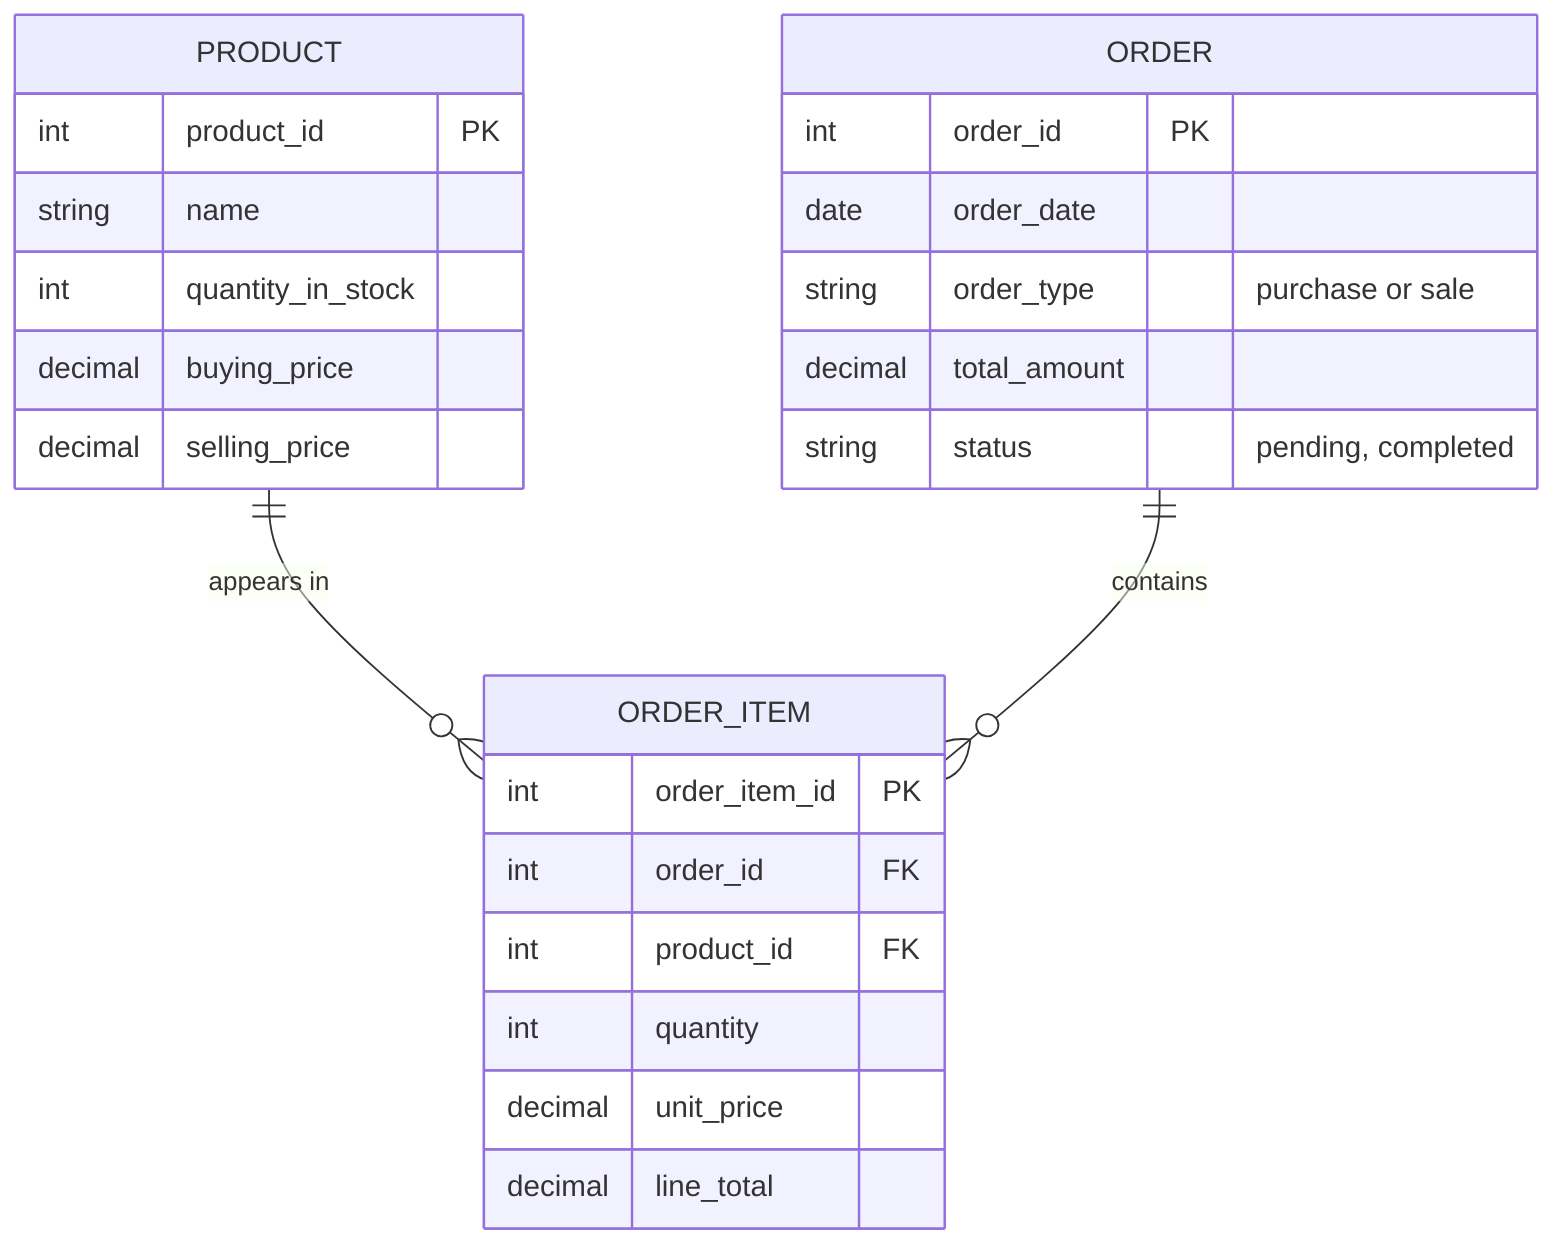
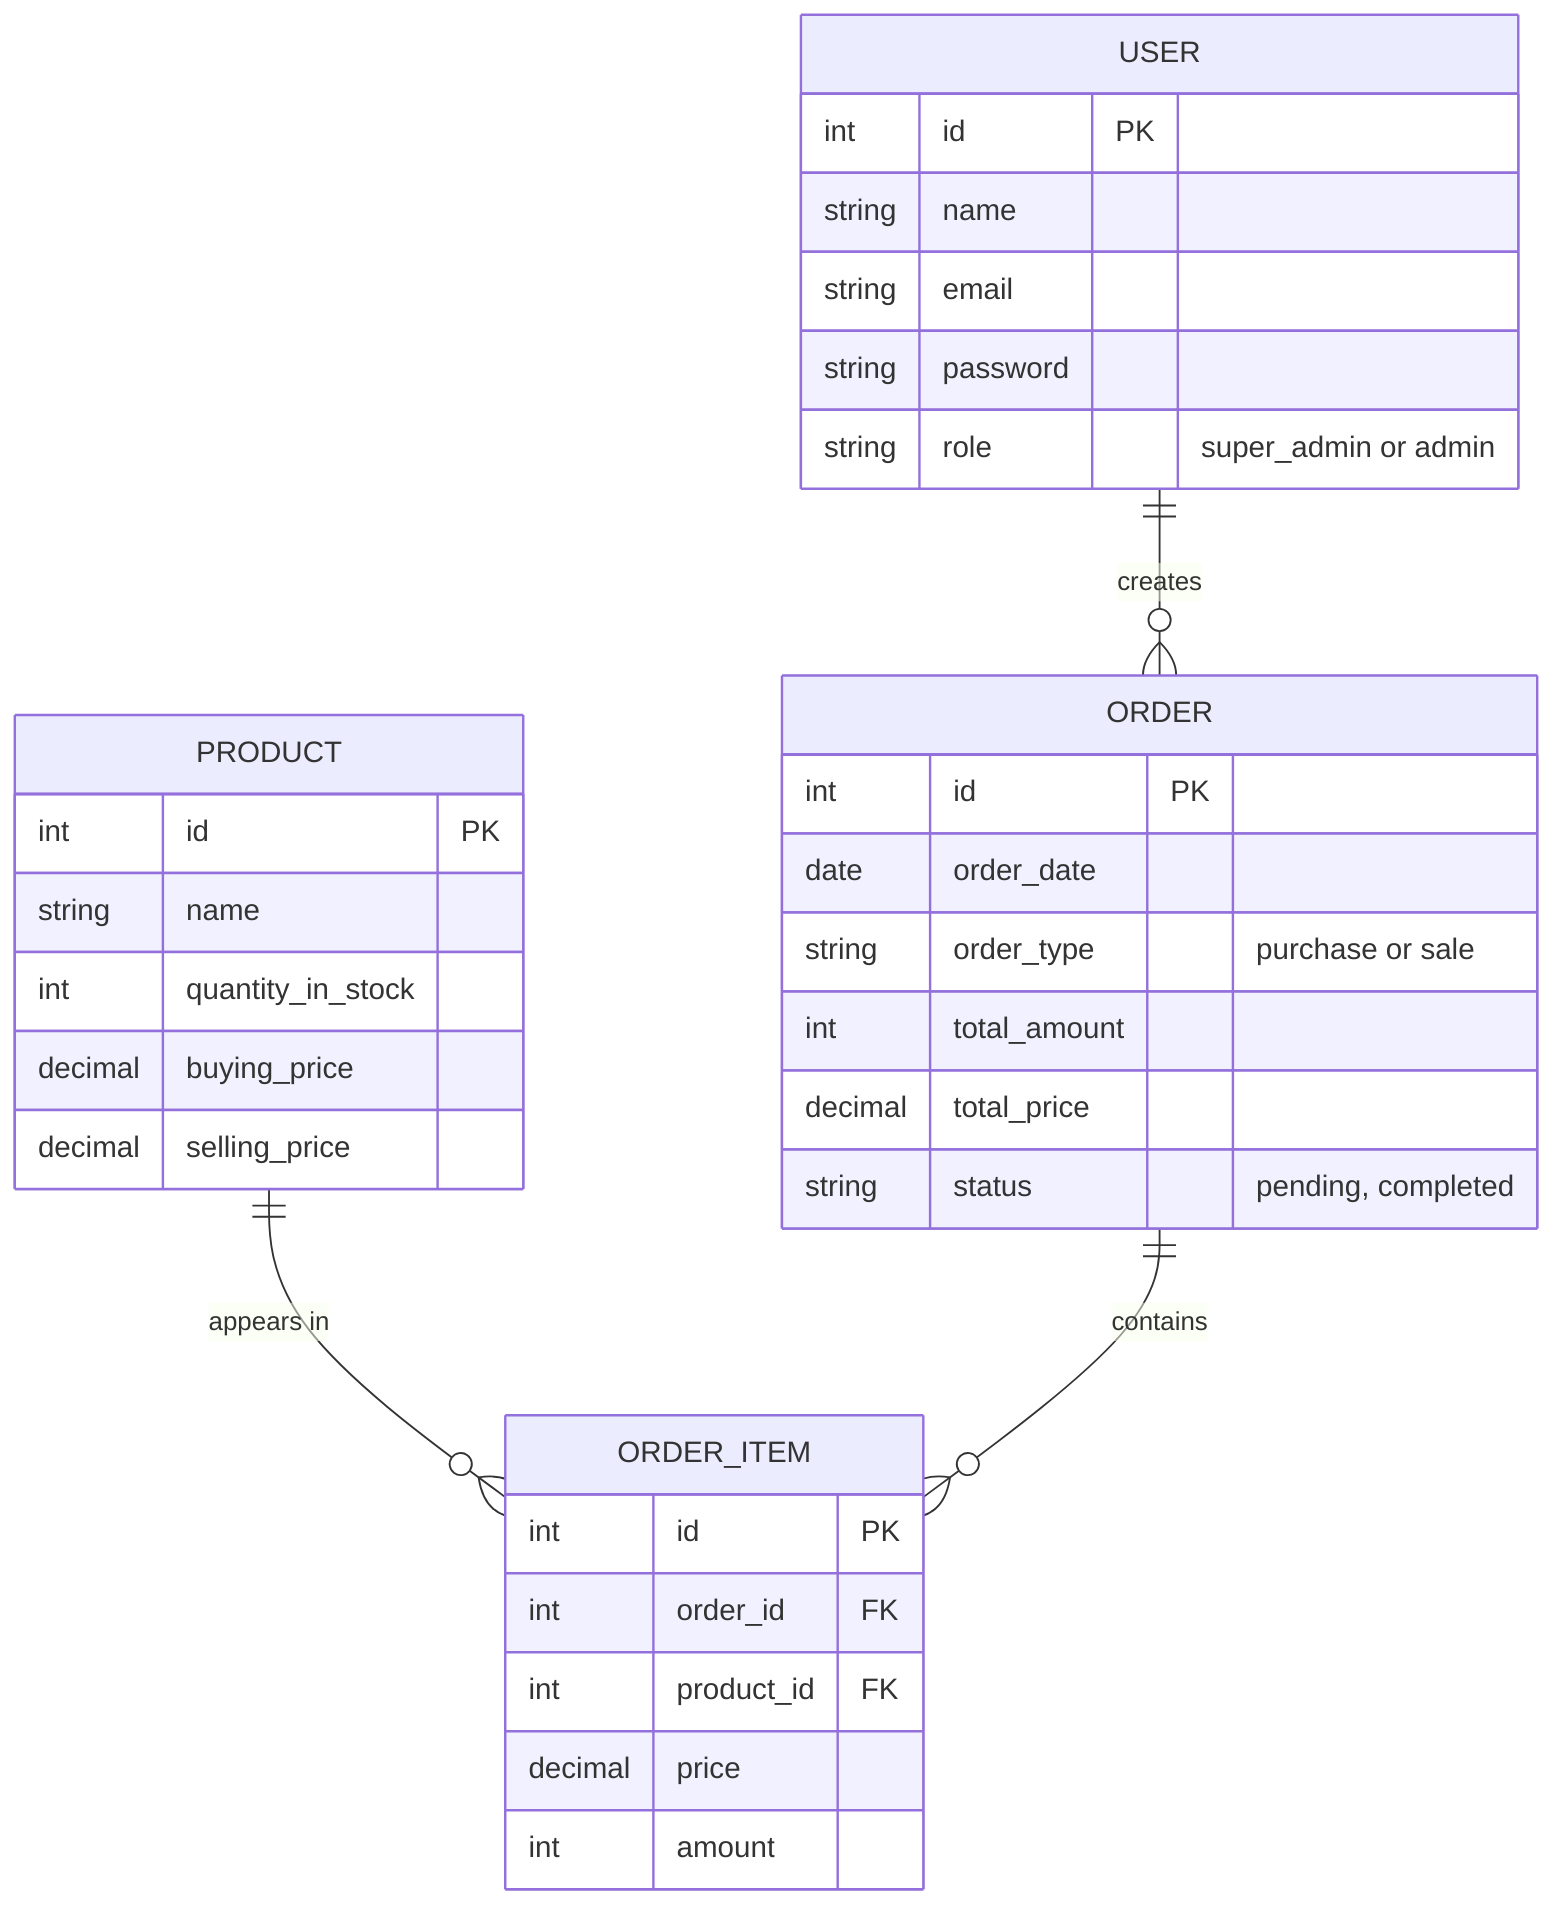
erDiagram
+     USER {
+         int id PK
+         string name
+         string email
+         string password
+         string role "super_admin or admin"
+     }
+ 
    PRODUCT {
-         int product_id PK
+         int id PK
        string name
        int quantity_in_stock
        decimal buying_price
        decimal selling_price
    }

    ORDER {
-         int order_id PK
+         int id PK
        date order_date
        string order_type "purchase or sale"
-         decimal total_amount
+         int total_amount
+         decimal total_price
        string status "pending, completed"
    }

    ORDER_ITEM {
-         int order_item_id PK
+         int id PK
        int order_id FK
        int product_id FK
-         int quantity
-         decimal unit_price
-         decimal line_total
+         decimal price
+         int amount
    }

+     USER ||--o{ ORDER : "creates"
    PRODUCT ||--o{ ORDER_ITEM : "appears in"
    ORDER ||--o{ ORDER_ITEM : "contains"